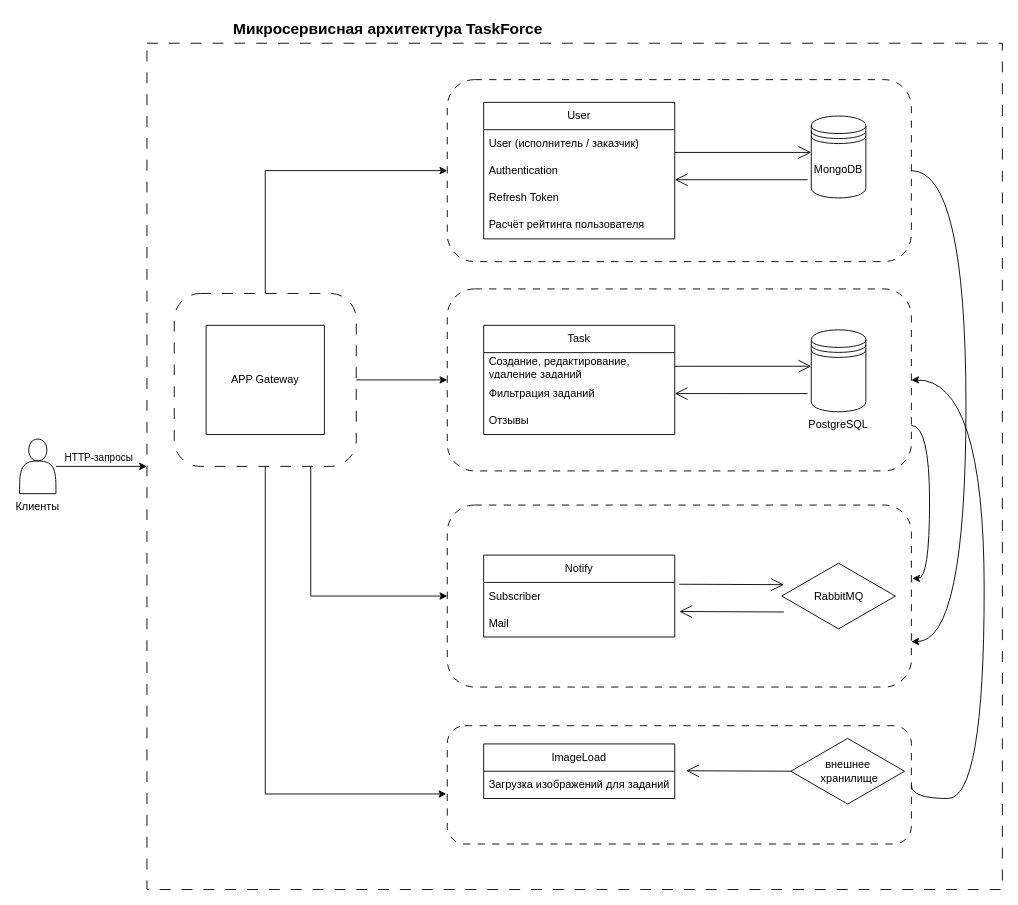
Above: specification.drawio in htmlacademy-nestjs/2102773-taskforce-4 (draw.io), before the change. Source tidied: cells renumbered, new cells numbered last; positions are measured from the earlier drawing's top-left corner, leaving out a move shared by most shapes. Both pictures are drawn from the tidied source at 91%, with x=0, y=0 at pixel (19, 15).
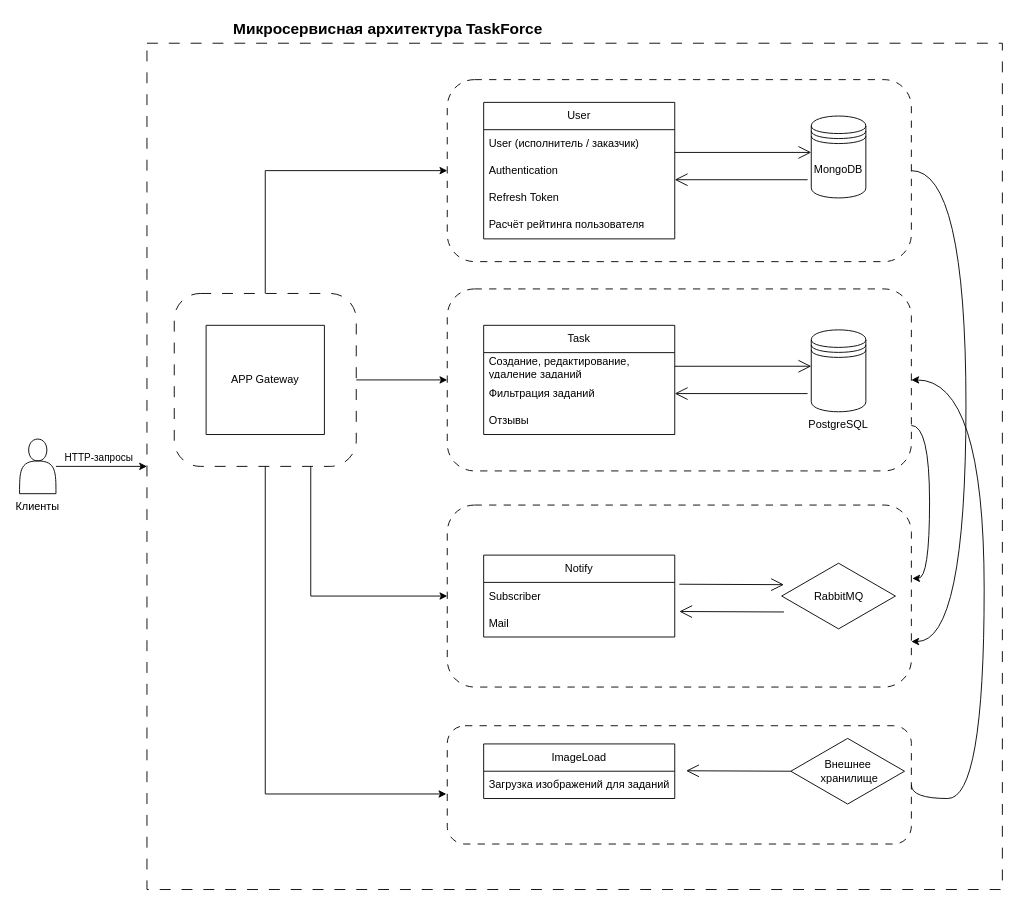
After the change.

Commit message:
формальная корректировка схемы

The edit, as a diff of the source:
```diff
@@
-    <mxCell id="42" value="внешнее&lt;br&gt;&amp;nbsp;хранилище" style="html=1;whiteSpace=wrap;shape=isoRectangle;rotation=0;" parent="1" vertex="1">
+    <mxCell id="42" value="Внешнее&lt;br&gt;&amp;nbsp;хранилище" style="html=1;whiteSpace=wrap;shape=isoRectangle;rotation=0;" parent="1" vertex="1">
       <mxGeometry x="847.5" y="792.5" width="125" height="75" as="geometry" />
     </mxCell>
```
